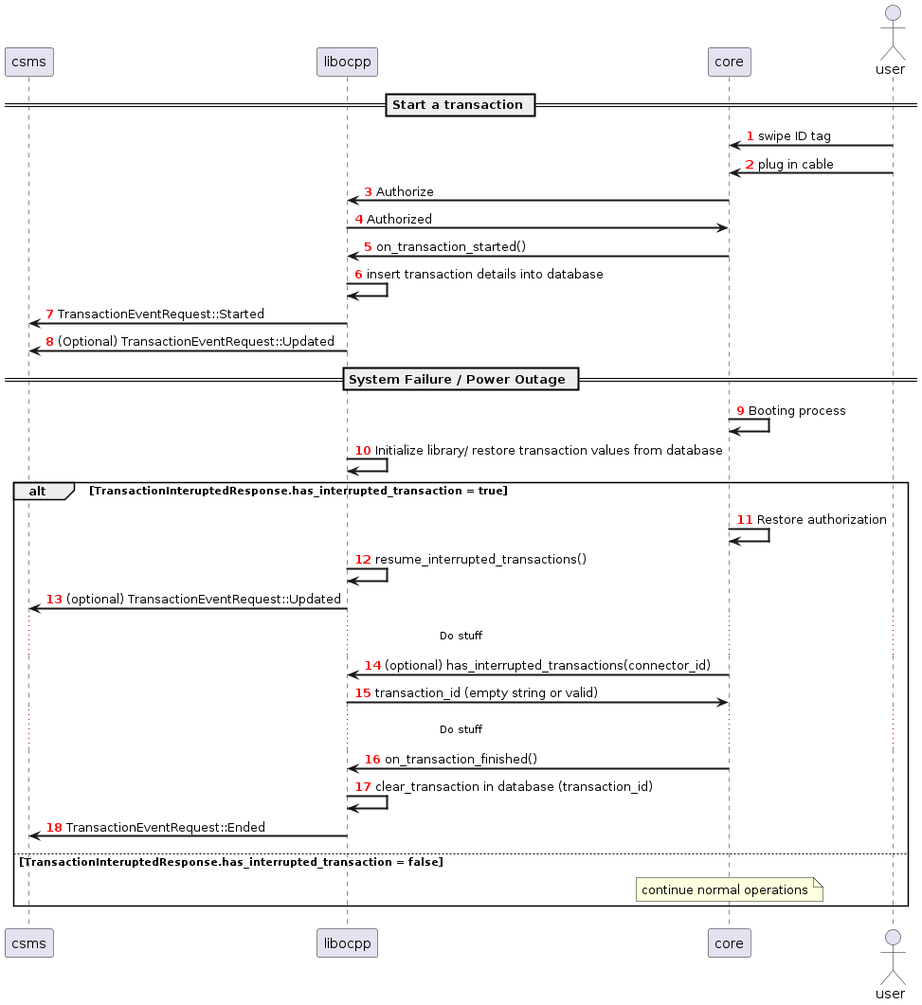
Above: doc/resumeInterruptedTransactions/resumeInterruptedTransactions.png in EVerest/libocpp (PlantUML), before the change.
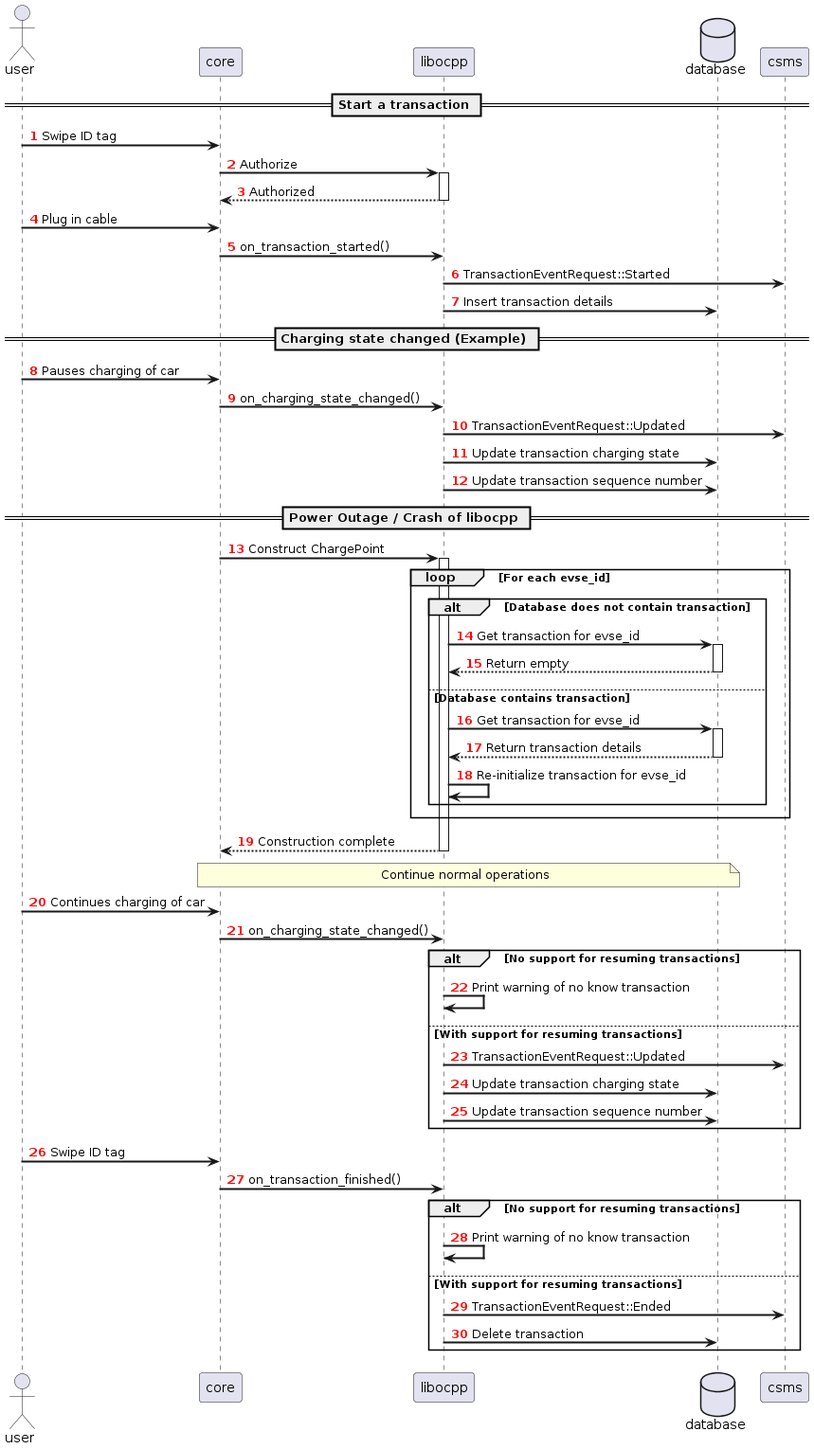
Above is the later version.

Commit message:
Update sequence diagram

Diff of the diagram source:
```diff
@@ -1,40 +1,78 @@
 @startuml
 !pragma teoz true
-participant csms order 10
-participant libocpp order 20
-participant core order 30
-actor user order 40
+actor user order 10
+participant core order 20
+participant libocpp order 30
+database database order 40
+participant csms order 50
+
 autonumber "<b><font color=red>"
 skinparam sequenceArrowThickness 2
 
 == Start a transaction ==
-user->core: swipe ID tag
-user->core: plug in cable
-core->libocpp: Authorize
-libocpp->core:Authorized
+user->core: Swipe ID tag
+core->libocpp ++: Authorize
+libocpp-->core --: Authorized
+user->core: Plug in cable
 core->libocpp: on_transaction_started()
-libocpp->libocpp: insert transaction details into database
 libocpp->csms: TransactionEventRequest::Started
-libocpp->csms: (Optional) TransactionEventRequest::Updated
+libocpp->database: Insert transaction details
 
-== System Failure / Power Outage ==
-core->core: Booting process
-libocpp->libocpp: Initialize library/ restore transaction values from database
-alt TransactionInteruptedResponse.has_interrupted_transaction = true
-core->core: Restore authorization
-libocpp->libocpp: resume_interrupted_transactions()
-libocpp->csms: (optional) TransactionEventRequest::Updated
-... Do stuff ...
-core->libocpp: (optional) has_interrupted_transactions(connector_id)
-libocpp->core: transaction_id (empty string or valid)
-... Do stuff ...
-core->libocpp: on_transaction_finished()
-libocpp->libocpp: clear_transaction in database (transaction_id)
-libocpp->csms: TransactionEventRequest::Ended
+== Charging state changed (Example) ==
+user->core: Pauses charging of car
+core->libocpp: on_charging_state_changed()
+libocpp->csms: TransactionEventRequest::Updated
+libocpp->database: Update transaction charging state
+libocpp->database: Update transaction sequence number
 
-else TransactionInteruptedResponse.has_interrupted_transaction = false
-note over core: continue normal operations
+== Power Outage / Crash of libocpp ==
 
 
+core->libocpp ++ : Construct ChargePoint
 
+loop For each evse_id
+  alt Database does not contain transaction
+  libocpp->database ++: Get transaction for evse_id
+  database-->libocpp --: Return empty
+  else Database contains transaction
+  libocpp->database ++: Get transaction for evse_id
+  database-->libocpp --: Return transaction details
+  libocpp->libocpp: Re-initialize transaction for evse_id
+  end
+end
+
+libocpp-->core -- : Construction complete
+
+
+note over core,database: Continue normal operations
+
+user->core: Continues charging of car
+core->libocpp: on_charging_state_changed()
+
+alt No support for resuming transactions
+
+libocpp->libocpp: Print warning of no know transaction
+
+else With support for resuming transactions
+
+libocpp->csms: TransactionEventRequest::Updated
+libocpp->database: Update transaction charging state
+libocpp->database: Update transaction sequence number
+
+end
+
+
+user->core: Swipe ID tag
+core->libocpp: on_transaction_finished()
+
+alt No support for resuming transactions
+
+libocpp->libocpp: Print warning of no know transaction
+
+else With support for resuming transactions
+
+libocpp->csms: TransactionEventRequest::Ended
+libocpp->database: Delete transaction
+
+end
 @enduml
```
